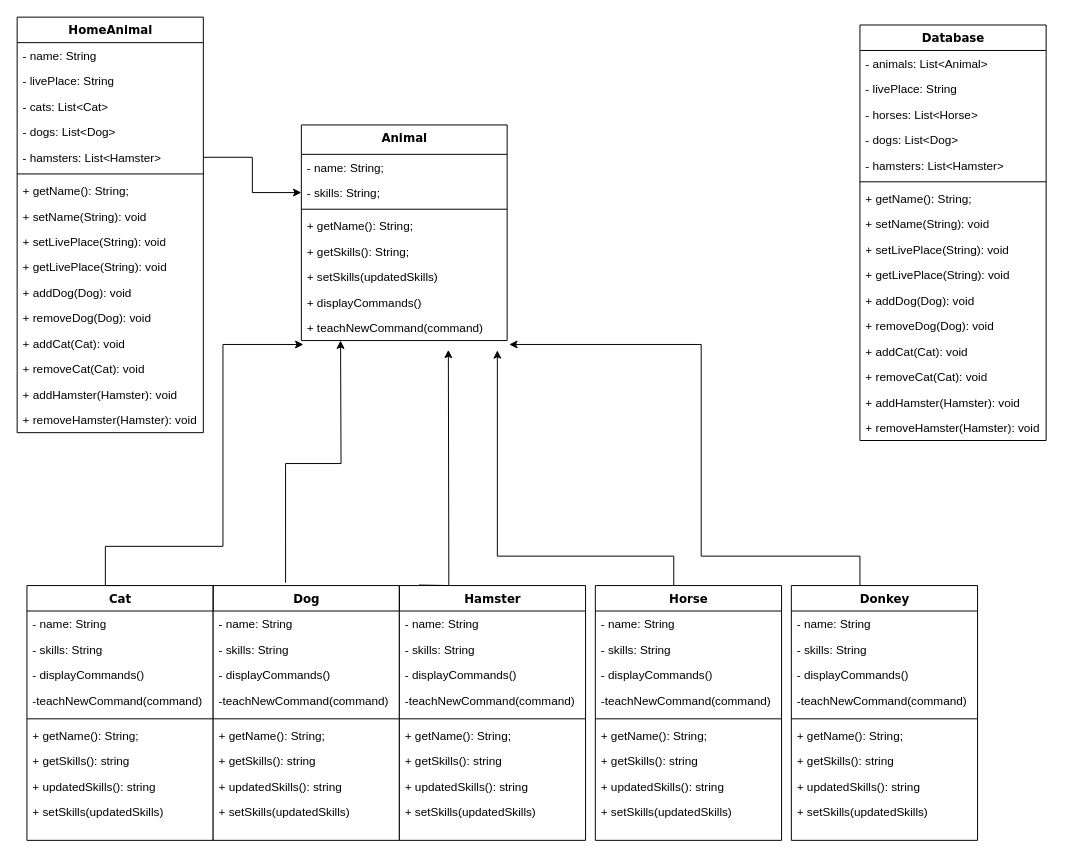
Earlier version of the draw.io diagram itog_control2/class_diag_animls.drawio (alexeyb7/itog_control2). Source tidied: cells renumbered, new cells numbered last; positions are measured from the earlier drawing's top-left corner, leaving out a move shared by most shapes. Both pictures are drawn from the tidied source at 98%, with x=0, y=0 at pixel (17, 17).
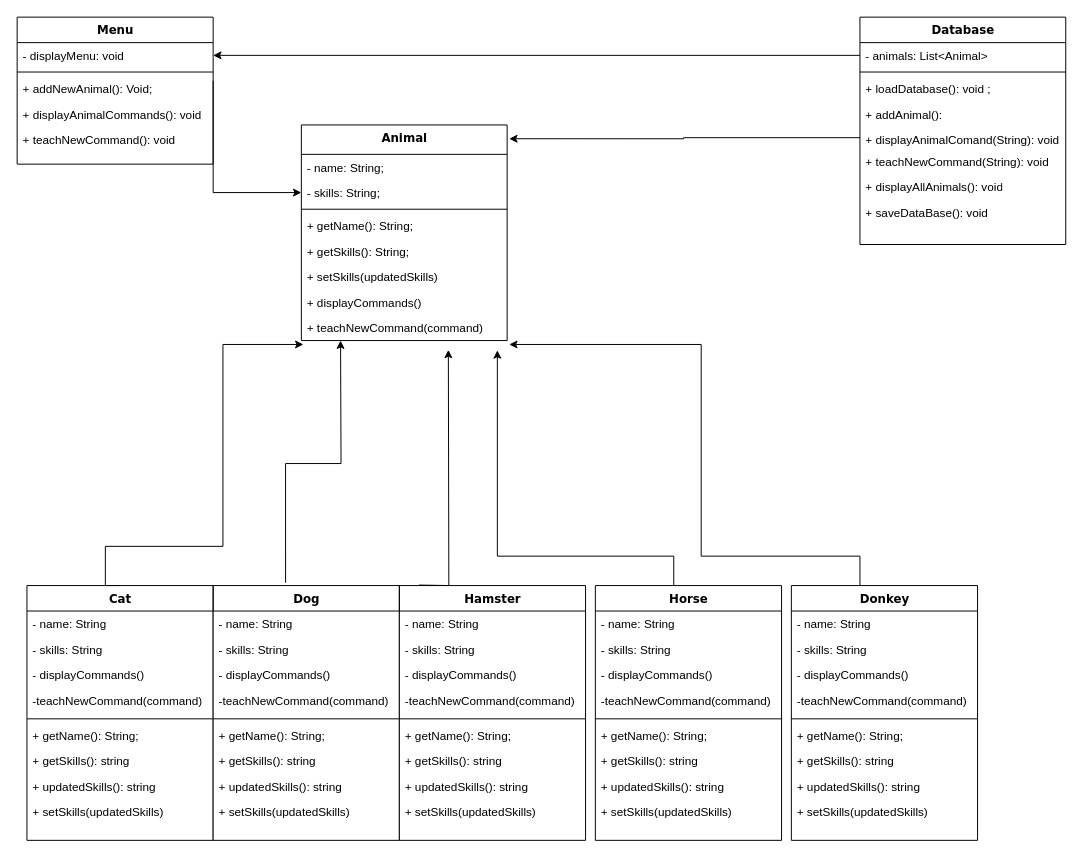
Above is the later version.

The change refers to these unchanged cells:
```xml
<mxCell id="13" value="Animal" style="swimlane;html=1;fontStyle=1;align=center;verticalAlign=top;horizontal=1;startSize=30;swimlaneFillColor=#ffffff;rounded=0;shadow=0;comic=0;labelBackgroundColor=none;strokeWidth=1;fillColor=none;fontFamily=Verdana;fontSize=12;" parent="1" vertex="1">
  <mxGeometry x="290" y="110" width="210" height="220" as="geometry" />
</mxCell>
<mxCell id="15" value="- skills: String;" style="text;html=1;strokeColor=none;fillColor=none;align=left;verticalAlign=top;spacingLeft=4;spacingRight=4;whiteSpace=wrap;overflow=hidden;points=[[0,0.5],[1,0.5]];portConstraint=eastwest;" parent="13" vertex="1">
  <mxGeometry y="56" width="210" height="26" as="geometry" />
</mxCell>
```

Diff of the diagram source:
```diff
@@
-    <mxCell id="22" value="HomeAnimal" style="swimlane;html=1;fontStyle=1;align=center;verticalAlign=top;horizontal=1;startSize=26;swimlaneFillColor=#ffffff;rounded=0;shadow=0;comic=0;labelBackgroundColor=none;strokeWidth=1;fillColor=none;fontFamily=Verdana;fontSize=12;" parent="1" vertex="1">
-      <mxGeometry width="190" height="424" as="geometry" />
+    <mxCell id="22" value="Menu" style="swimlane;html=1;fontStyle=1;align=center;verticalAlign=top;horizontal=1;startSize=26;swimlaneFillColor=#ffffff;rounded=0;shadow=0;comic=0;labelBackgroundColor=none;strokeWidth=1;fillColor=none;fontFamily=Verdana;fontSize=12;" parent="1" vertex="1">
+      <mxGeometry width="200" height="150" as="geometry" />
     </mxCell>
-    <mxCell id="23" value="- name: String" style="text;html=1;strokeColor=none;fillColor=none;align=left;verticalAlign=top;spacingLeft=4;spacingRight=4;whiteSpace=wrap;overflow=hidden;points=[[0,0.5],[1,0.5]];portConstraint=eastwest;" parent="22" vertex="1">
-      <mxGeometry y="26" width="190" height="26" as="geometry" />
+    <mxCell id="23" value="- displayMenu: void" style="text;html=1;strokeColor=none;fillColor=none;align=left;verticalAlign=top;spacingLeft=4;spacingRight=4;whiteSpace=wrap;overflow=hidden;points=[[0,0.5],[1,0.5]];portConstraint=eastwest;" parent="22" vertex="1">
+      <mxGeometry y="26" width="200" height="26" as="geometry" />
     </mxCell>
-    <mxCell id="24" value="- livePlace: String" style="text;html=1;strokeColor=none;fillColor=none;align=left;verticalAlign=top;spacingLeft=4;spacingRight=4;whiteSpace=wrap;overflow=hidden;" parent="22" vertex="1">
-      <mxGeometry y="52" width="190" height="26" as="geometry" />
-    </mxCell>
-    <mxCell id="25" value="- cats: List&amp;lt;Cat&amp;gt;" style="text;html=1;strokeColor=none;fillColor=none;align=left;verticalAlign=top;spacingLeft=4;spacingRight=4;whiteSpace=wrap;overflow=hidden;" parent="22" vertex="1">
-      <mxGeometry y="78" width="190" height="26" as="geometry" />
-    </mxCell>
-    <mxCell id="26" value="- dogs: List&amp;lt;Dog&amp;gt;" style="text;html=1;strokeColor=none;fillColor=none;align=left;verticalAlign=top;spacingLeft=4;spacingRight=4;whiteSpace=wrap;overflow=hidden;" parent="22" vertex="1">
-      <mxGeometry y="104" width="190" height="26" as="geometry" />
-    </mxCell>
-    <mxCell id="27" value="- hamsters: List&amp;lt;Hamster&amp;gt;" style="text;html=1;strokeColor=none;fillColor=none;align=left;verticalAlign=top;spacingLeft=4;spacingRight=4;whiteSpace=wrap;overflow=hidden;points=[[0,0.5],[1,0.5]];portConstraint=eastwest;" parent="22" vertex="1">
-      <mxGeometry y="130" width="190" height="26" as="geometry" />
-    </mxCell>
     <mxCell id="28" style="line;html=1;strokeWidth=1;fillColor=none;align=left;verticalAlign=middle;spacingTop=-1;spacingLeft=3;spacingRight=3;labelPosition=right;" parent="22" vertex="1">
-      <mxGeometry y="156" width="190" height="8" as="geometry" />
+      <mxGeometry y="52" width="200" height="8" as="geometry" />
     </mxCell>
-    <mxCell id="29" value="+ getName(): String;" style="text;html=1;strokeColor=none;fillColor=none;align=left;verticalAlign=top;spacingLeft=4;spacingRight=4;whiteSpace=wrap;overflow=hidden;" parent="22" vertex="1">
-      <mxGeometry y="164" width="190" height="26" as="geometry" />
+    <mxCell id="29" value="+ addNewAnimal(): Void;" style="text;html=1;strokeColor=none;fillColor=none;align=left;verticalAlign=top;spacingLeft=4;spacingRight=4;whiteSpace=wrap;overflow=hidden;" parent="22" vertex="1">
+      <mxGeometry y="60" width="200" height="26" as="geometry" />
     </mxCell>
-    <mxCell id="30" value="+ setName(String): void" style="text;html=1;strokeColor=none;fillColor=none;align=left;verticalAlign=top;spacingLeft=4;spacingRight=4;whiteSpace=wrap;overflow=hidden;" parent="22" vertex="1">
-      <mxGeometry y="190" width="190" height="26" as="geometry" />
+    <mxCell id="30" value="+ displayAnimalCommands(): void" style="text;html=1;strokeColor=none;fillColor=none;align=left;verticalAlign=top;spacingLeft=4;spacingRight=4;whiteSpace=wrap;overflow=hidden;" parent="22" vertex="1">
+      <mxGeometry y="86" width="200" height="26" as="geometry" />
     </mxCell>
-    <mxCell id="31" value="+ setLivePlace(String): void" style="text;html=1;strokeColor=none;fillColor=none;align=left;verticalAlign=top;spacingLeft=4;spacingRight=4;whiteSpace=wrap;overflow=hidden;" parent="22" vertex="1">
-      <mxGeometry y="216" width="190" height="26" as="geometry" />
+    <mxCell id="31" value="+ teachNewCommand(): void" style="text;html=1;strokeColor=none;fillColor=none;align=left;verticalAlign=top;spacingLeft=4;spacingRight=4;whiteSpace=wrap;overflow=hidden;" parent="22" vertex="1">
+      <mxGeometry y="112" width="200" height="26" as="geometry" />
     </mxCell>
-    <mxCell id="32" value="+ getLivePlace(String): void" style="text;html=1;strokeColor=none;fillColor=none;align=left;verticalAlign=top;spacingLeft=4;spacingRight=4;whiteSpace=wrap;overflow=hidden;" parent="22" vertex="1">
-      <mxGeometry y="242" width="190" height="26" as="geometry" />
-    </mxCell>
-    <mxCell id="33" value="+ addDog(Dog): void" style="text;html=1;strokeColor=none;fillColor=none;align=left;verticalAlign=top;spacingLeft=4;spacingRight=4;whiteSpace=wrap;overflow=hidden;" parent="22" vertex="1">
-      <mxGeometry y="268" width="190" height="26" as="geometry" />
-    </mxCell>
-    <mxCell id="34" value="+ removeDog(Dog): void" style="text;html=1;strokeColor=none;fillColor=none;align=left;verticalAlign=top;spacingLeft=4;spacingRight=4;whiteSpace=wrap;overflow=hidden;" parent="22" vertex="1">
-      <mxGeometry y="294" width="190" height="26" as="geometry" />
-    </mxCell>
-    <mxCell id="35" value="+ addCat(Cat): void" style="text;html=1;strokeColor=none;fillColor=none;align=left;verticalAlign=top;spacingLeft=4;spacingRight=4;whiteSpace=wrap;overflow=hidden;" parent="22" vertex="1">
-      <mxGeometry y="320" width="190" height="26" as="geometry" />
-    </mxCell>
-    <mxCell id="36" value="+ removeCat(Cat): void" style="text;html=1;strokeColor=none;fillColor=none;align=left;verticalAlign=top;spacingLeft=4;spacingRight=4;whiteSpace=wrap;overflow=hidden;" parent="22" vertex="1">
-      <mxGeometry y="346" width="190" height="26" as="geometry" />
-    </mxCell>
-    <mxCell id="37" value="+ addHamster(Hamster): void" style="text;html=1;strokeColor=none;fillColor=none;align=left;verticalAlign=top;spacingLeft=4;spacingRight=4;whiteSpace=wrap;overflow=hidden;" parent="22" vertex="1">
-      <mxGeometry y="372" width="190" height="26" as="geometry" />
-    </mxCell>
-    <mxCell id="38" value="+ removeHamster(Hamster): void" style="text;html=1;strokeColor=none;fillColor=none;align=left;verticalAlign=top;spacingLeft=4;spacingRight=4;whiteSpace=wrap;overflow=hidden;" parent="22" vertex="1">
-      <mxGeometry y="398" width="190" height="26" as="geometry" />
-    </mxCell>
@@
     <mxCell id="41" value="Database" style="swimlane;html=1;fontStyle=1;align=center;verticalAlign=top;horizontal=1;startSize=26;swimlaneFillColor=#ffffff;rounded=0;shadow=0;comic=0;labelBackgroundColor=none;strokeWidth=1;fillColor=none;fontFamily=Verdana;fontSize=12;" parent="1" vertex="1">
-      <mxGeometry x="860" y="8" width="190" height="424" as="geometry" />
+      <mxGeometry x="860" width="210" height="232" as="geometry" />
     </mxCell>
     <mxCell id="42" value="- animals: List&amp;lt;Animal&amp;gt;" style="text;html=1;strokeColor=none;fillColor=none;align=left;verticalAlign=top;spacingLeft=4;spacingRight=4;whiteSpace=wrap;overflow=hidden;points=[[0,0.5],[1,0.5]];portConstraint=eastwest;" parent="41" vertex="1">
-      <mxGeometry y="26" width="190" height="26" as="geometry" />
+      <mxGeometry y="26" width="210" height="26" as="geometry" />
     </mxCell>
-    <mxCell id="43" value="- livePlace: String" style="text;html=1;strokeColor=none;fillColor=none;align=left;verticalAlign=top;spacingLeft=4;spacingRight=4;whiteSpace=wrap;overflow=hidden;" parent="41" vertex="1">
-      <mxGeometry y="52" width="190" height="26" as="geometry" />
-    </mxCell>
-    <mxCell id="44" value="- horses: List&amp;lt;Horse&amp;gt;" style="text;html=1;strokeColor=none;fillColor=none;align=left;verticalAlign=top;spacingLeft=4;spacingRight=4;whiteSpace=wrap;overflow=hidden;" parent="41" vertex="1">
-      <mxGeometry y="78" width="190" height="26" as="geometry" />
-    </mxCell>
-    <mxCell id="45" value="- dogs: List&amp;lt;Dog&amp;gt;" style="text;html=1;strokeColor=none;fillColor=none;align=left;verticalAlign=top;spacingLeft=4;spacingRight=4;whiteSpace=wrap;overflow=hidden;" parent="41" vertex="1">
-      <mxGeometry y="104" width="190" height="26" as="geometry" />
-    </mxCell>
-    <mxCell id="46" value="- hamsters: List&amp;lt;Hamster&amp;gt;" style="text;html=1;strokeColor=none;fillColor=none;align=left;verticalAlign=top;spacingLeft=4;spacingRight=4;whiteSpace=wrap;overflow=hidden;" parent="41" vertex="1">
-      <mxGeometry y="130" width="190" height="26" as="geometry" />
-    </mxCell>
     <mxCell id="47" style="line;html=1;strokeWidth=1;fillColor=none;align=left;verticalAlign=middle;spacingTop=-1;spacingLeft=3;spacingRight=3;labelPosition=right;" parent="41" vertex="1">
-      <mxGeometry y="156" width="190" height="8" as="geometry" />
+      <mxGeometry y="52" width="210" height="8" as="geometry" />
     </mxCell>
-    <mxCell id="48" value="+ getName(): String;" style="text;html=1;strokeColor=none;fillColor=none;align=left;verticalAlign=top;spacingLeft=4;spacingRight=4;whiteSpace=wrap;overflow=hidden;" parent="41" vertex="1">
-      <mxGeometry y="164" width="190" height="26" as="geometry" />
+    <mxCell id="48" value="+ loadDatabase(): void ;" style="text;html=1;strokeColor=none;fillColor=none;align=left;verticalAlign=top;spacingLeft=4;spacingRight=4;whiteSpace=wrap;overflow=hidden;" parent="41" vertex="1">
+      <mxGeometry y="60" width="210" height="26" as="geometry" />
     </mxCell>
-    <mxCell id="49" value="+ setName(String): void" style="text;html=1;strokeColor=none;fillColor=none;align=left;verticalAlign=top;spacingLeft=4;spacingRight=4;whiteSpace=wrap;overflow=hidden;" parent="41" vertex="1">
-      <mxGeometry y="190" width="190" height="26" as="geometry" />
+    <mxCell id="49" value="+ addAnimal():&amp;nbsp;" style="text;html=1;strokeColor=none;fillColor=none;align=left;verticalAlign=top;spacingLeft=4;spacingRight=4;whiteSpace=wrap;overflow=hidden;" parent="41" vertex="1">
+      <mxGeometry y="86" width="210" height="26" as="geometry" />
     </mxCell>
-    <mxCell id="50" value="+ setLivePlace(String): void" style="text;html=1;strokeColor=none;fillColor=none;align=left;verticalAlign=top;spacingLeft=4;spacingRight=4;whiteSpace=wrap;overflow=hidden;points=[[0,0.5],[1,0.5]];portConstraint=eastwest;" parent="41" vertex="1">
-      <mxGeometry y="216" width="190" height="26" as="geometry" />
+    <mxCell id="50" value="+ displayAnimalComand(String): void" style="text;html=1;strokeColor=none;fillColor=none;align=left;verticalAlign=top;spacingLeft=4;spacingRight=4;whiteSpace=wrap;overflow=hidden;points=[[0,0.5],[1,0.5]];portConstraint=eastwest;" parent="41" vertex="1">
+      <mxGeometry y="112" width="210" height="22" as="geometry" />
     </mxCell>
-    <mxCell id="51" value="+ getLivePlace(String): void" style="text;html=1;strokeColor=none;fillColor=none;align=left;verticalAlign=top;spacingLeft=4;spacingRight=4;whiteSpace=wrap;overflow=hidden;" parent="41" vertex="1">
-      <mxGeometry y="242" width="190" height="26" as="geometry" />
+    <mxCell id="51" value="+ teachNewCommand(String): void" style="text;html=1;strokeColor=none;fillColor=none;align=left;verticalAlign=top;spacingLeft=4;spacingRight=4;whiteSpace=wrap;overflow=hidden;" parent="41" vertex="1">
+      <mxGeometry y="134" width="210" height="26" as="geometry" />
     </mxCell>
-    <mxCell id="52" value="+ addDog(Dog): void" style="text;html=1;strokeColor=none;fillColor=none;align=left;verticalAlign=top;spacingLeft=4;spacingRight=4;whiteSpace=wrap;overflow=hidden;" parent="41" vertex="1">
-      <mxGeometry y="268" width="190" height="26" as="geometry" />
+    <mxCell id="52" value="+ displayAllAnimals(): void" style="text;html=1;strokeColor=none;fillColor=none;align=left;verticalAlign=top;spacingLeft=4;spacingRight=4;whiteSpace=wrap;overflow=hidden;" parent="41" vertex="1">
+      <mxGeometry y="160" width="210" height="26" as="geometry" />
     </mxCell>
-    <mxCell id="53" value="+ removeDog(Dog): void" style="text;html=1;strokeColor=none;fillColor=none;align=left;verticalAlign=top;spacingLeft=4;spacingRight=4;whiteSpace=wrap;overflow=hidden;" parent="41" vertex="1">
-      <mxGeometry y="294" width="190" height="26" as="geometry" />
+    <mxCell id="53" value="+ saveDataBase(): void" style="text;html=1;strokeColor=none;fillColor=none;align=left;verticalAlign=top;spacingLeft=4;spacingRight=4;whiteSpace=wrap;overflow=hidden;" parent="41" vertex="1">
+      <mxGeometry y="186" width="210" height="26" as="geometry" />
     </mxCell>
-    <mxCell id="54" value="+ addCat(Cat): void" style="text;html=1;strokeColor=none;fillColor=none;align=left;verticalAlign=top;spacingLeft=4;spacingRight=4;whiteSpace=wrap;overflow=hidden;" parent="41" vertex="1">
-      <mxGeometry y="320" width="190" height="26" as="geometry" />
-    </mxCell>
-    <mxCell id="55" value="+ removeCat(Cat): void" style="text;html=1;strokeColor=none;fillColor=none;align=left;verticalAlign=top;spacingLeft=4;spacingRight=4;whiteSpace=wrap;overflow=hidden;" parent="41" vertex="1">
-      <mxGeometry y="346" width="190" height="26" as="geometry" />
-    </mxCell>
-    <mxCell id="56" value="+ addHamster(Hamster): void" style="text;html=1;strokeColor=none;fillColor=none;align=left;verticalAlign=top;spacingLeft=4;spacingRight=4;whiteSpace=wrap;overflow=hidden;" parent="41" vertex="1">
-      <mxGeometry y="372" width="190" height="26" as="geometry" />
-    </mxCell>
-    <mxCell id="57" value="+ removeHamster(Hamster): void" style="text;html=1;strokeColor=none;fillColor=none;align=left;verticalAlign=top;spacingLeft=4;spacingRight=4;whiteSpace=wrap;overflow=hidden;" parent="41" vertex="1">
-      <mxGeometry y="398" width="190" height="26" as="geometry" />
-    </mxCell>
@@
-    <mxCell id="60" style="edgeStyle=orthogonalEdgeStyle;rounded=0;jettySize=auto;html=1;exitX=1;exitY=0.5;exitDx=0;exitDy=0;entryX=0;entryY=0.5;entryDx=0;entryDy=0;" parent="1" edge="1" source="27" target="15">
-      <mxGeometry relative="1" as="geometry" />
+    <mxCell id="60" style="edgeStyle=orthogonalEdgeStyle;rounded=0;jettySize=auto;html=1;entryX=0;entryY=0.5;entryDx=0;entryDy=0;" parent="1" edge="1" target="15">
+      <mxGeometry relative="1" as="geometry">
+        <mxPoint x="200" y="65" as="sourcePoint" />
+        <Array as="points">
+          <mxPoint x="200" y="65" />
+          <mxPoint x="200" y="179" />
+        </Array>
+      </mxGeometry>
     </mxCell>
@@
+    <mxCell id="101" style="edgeStyle=orthogonalEdgeStyle;rounded=0;jettySize=auto;html=1;exitX=0;exitY=0.5;exitDx=0;exitDy=0;entryX=1;entryY=0.5;entryDx=0;entryDy=0;" parent="1" edge="1" source="42" target="23">
+      <mxGeometry relative="1" as="geometry" />
+    </mxCell>
+    <mxCell id="102" style="edgeStyle=orthogonalEdgeStyle;rounded=0;jettySize=auto;html=1;exitX=0;exitY=0.5;exitDx=0;exitDy=0;entryX=1.01;entryY=0.064;entryDx=0;entryDy=0;entryPerimeter=0;" parent="1" edge="1" source="50" target="13">
+      <mxGeometry relative="1" as="geometry" />
+    </mxCell>
```
